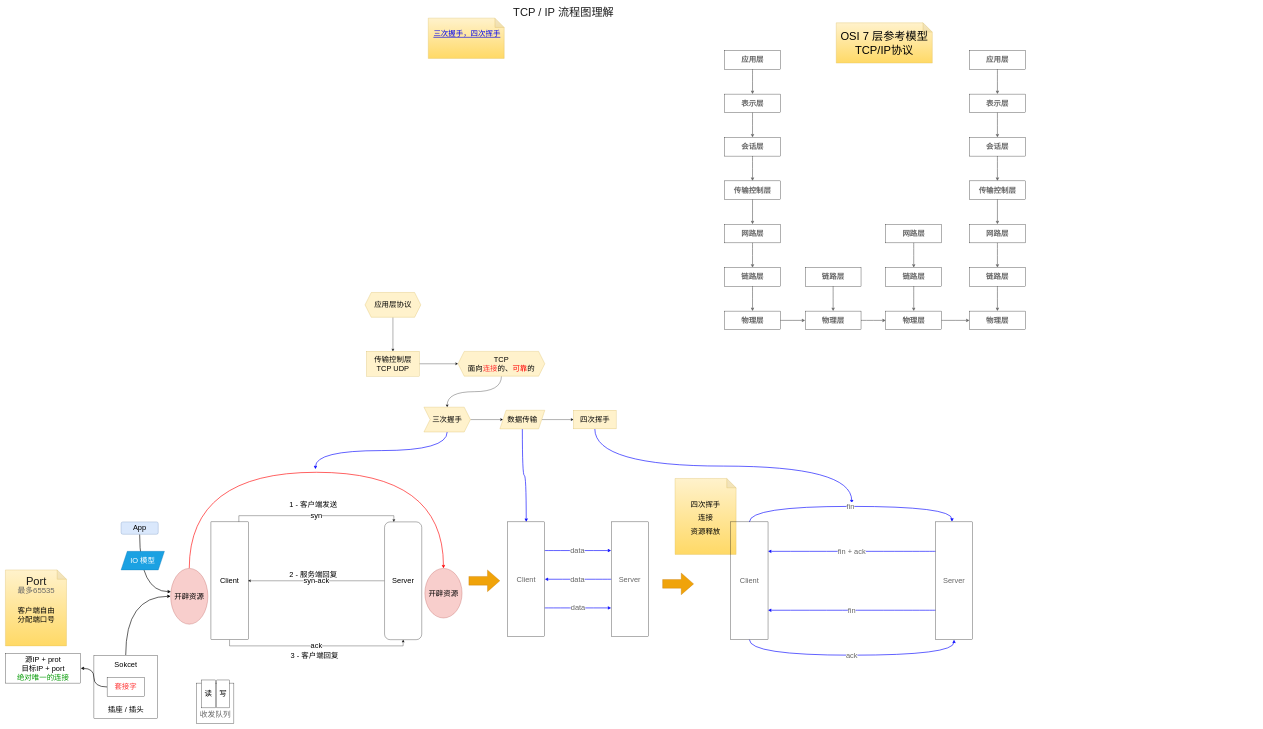
This is 计算机网络/TPC、IP理解流程图.drawio from lynxlangya/diawio-folder, a draw.io file, before an edit. Source tidied: cells renumbered, new cells numbered last; positions are measured from the earlier drawing's top-left corner, leaving out a move shared by most shapes. Both pictures are drawn from the tidied source at 31%, with x=0, y=0 at pixel (5, 7).
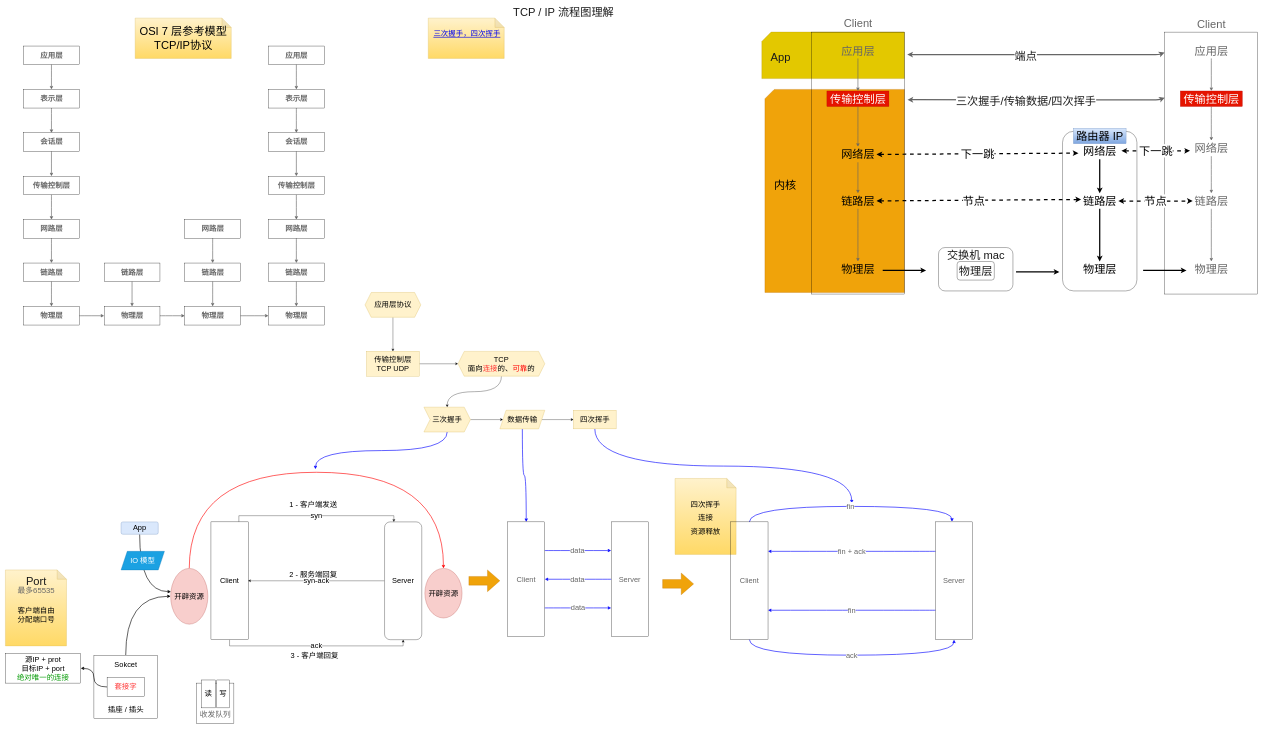
After the change.

Commit message:
连接信息 :rocket:

Diff of the diagram source:
```diff
@@
+    <mxCell id="102" style="shape=card;whiteSpace=wrap;html=1;rounded=0;shadow=0;sketch=0;fontSize=36;fontColor=#000000;fillColor=#f0a30a;strokeColor=#BD7000;" parent="1" vertex="1">
+      <mxGeometry x="2450" y="265" width="450" height="655" as="geometry" />
+    </mxCell>
+    <mxCell id="103" style="shape=card;whiteSpace=wrap;html=1;rounded=0;shadow=0;sketch=0;fontSize=36;fontColor=#000000;fillColor=#e3c800;strokeColor=#B09500;" parent="1" vertex="1">
+      <mxGeometry x="2440" y="80" width="460" height="150" as="geometry" />
+    </mxCell>
@@
     <mxCell id="65" value="&lt;b&gt;应用层&lt;/b&gt;" style="rounded=0;whiteSpace=wrap;html=1;shadow=0;sketch=0;fontSize=24;fontColor=#666666;fillColor=none;" parent="1" vertex="1">
-      <mxGeometry x="2320" y="140" width="180" height="60" as="geometry" />
+      <mxGeometry x="58.5" y="125" width="180" height="60" as="geometry" />
     </mxCell>
@@
     <mxCell id="67" value="&lt;b&gt;表示层&lt;/b&gt;" style="rounded=0;whiteSpace=wrap;html=1;shadow=0;sketch=0;fontSize=24;fontColor=#666666;fillColor=none;" parent="1" vertex="1">
-      <mxGeometry x="2320" y="280" width="180" height="60" as="geometry" />
+      <mxGeometry x="58.5" y="265" width="180" height="60" as="geometry" />
     </mxCell>
@@
     <mxCell id="69" value="&lt;b&gt;会话层&lt;/b&gt;" style="rounded=0;whiteSpace=wrap;html=1;shadow=0;sketch=0;fontSize=24;fontColor=#666666;fillColor=none;" parent="1" vertex="1">
-      <mxGeometry x="2320" y="420" width="180" height="60" as="geometry" />
+      <mxGeometry x="58.5" y="405" width="180" height="60" as="geometry" />
     </mxCell>
@@
     <mxCell id="71" value="&lt;b&gt;传输控制层&lt;/b&gt;" style="rounded=0;whiteSpace=wrap;html=1;shadow=0;sketch=0;fontSize=24;fontColor=#666666;fillColor=none;" parent="1" vertex="1">
-      <mxGeometry x="2320" y="560" width="180" height="60" as="geometry" />
+      <mxGeometry x="58.5" y="545" width="180" height="60" as="geometry" />
     </mxCell>
@@
     <mxCell id="73" value="&lt;b&gt;网路层&lt;/b&gt;" style="rounded=0;whiteSpace=wrap;html=1;shadow=0;sketch=0;fontSize=24;fontColor=#666666;fillColor=none;" parent="1" vertex="1">
-      <mxGeometry x="2320" y="700" width="180" height="60" as="geometry" />
+      <mxGeometry x="58.5" y="685" width="180" height="60" as="geometry" />
     </mxCell>
@@
     <mxCell id="75" value="&lt;b&gt;链路层&lt;/b&gt;" style="rounded=0;whiteSpace=wrap;html=1;shadow=0;sketch=0;fontSize=24;fontColor=#666666;fillColor=none;" parent="1" vertex="1">
-      <mxGeometry x="2320" y="840" width="180" height="60" as="geometry" />
+      <mxGeometry x="58.5" y="825" width="180" height="60" as="geometry" />
     </mxCell>
@@
     <mxCell id="77" value="&lt;b&gt;物理层&lt;/b&gt;" style="rounded=0;whiteSpace=wrap;html=1;shadow=0;sketch=0;fontSize=24;fontColor=#666666;fillColor=none;" parent="1" vertex="1">
-      <mxGeometry x="2320" y="980" width="180" height="60" as="geometry" />
+      <mxGeometry x="58.5" y="965" width="180" height="60" as="geometry" />
     </mxCell>
@@
     <mxCell id="79" value="&lt;b&gt;应用层&lt;/b&gt;" style="rounded=0;whiteSpace=wrap;html=1;shadow=0;sketch=0;fontSize=24;fontColor=#666666;fillColor=none;" parent="1" vertex="1">
-      <mxGeometry x="3110" y="140" width="180" height="60" as="geometry" />
+      <mxGeometry x="848.5" y="125" width="180" height="60" as="geometry" />
     </mxCell>
@@
     <mxCell id="81" value="&lt;b&gt;表示层&lt;/b&gt;" style="rounded=0;whiteSpace=wrap;html=1;shadow=0;sketch=0;fontSize=24;fontColor=#666666;fillColor=none;" parent="1" vertex="1">
-      <mxGeometry x="3110" y="280" width="180" height="60" as="geometry" />
+      <mxGeometry x="848.5" y="265" width="180" height="60" as="geometry" />
     </mxCell>
@@
     <mxCell id="83" value="&lt;b&gt;会话层&lt;/b&gt;" style="rounded=0;whiteSpace=wrap;html=1;shadow=0;sketch=0;fontSize=24;fontColor=#666666;fillColor=none;" parent="1" vertex="1">
-      <mxGeometry x="3110" y="420" width="180" height="60" as="geometry" />
+      <mxGeometry x="848.5" y="405" width="180" height="60" as="geometry" />
     </mxCell>
@@
     <mxCell id="85" value="&lt;b&gt;传输控制层&lt;/b&gt;" style="rounded=0;whiteSpace=wrap;html=1;shadow=0;sketch=0;fontSize=24;fontColor=#666666;fillColor=none;" parent="1" vertex="1">
-      <mxGeometry x="3110" y="560" width="180" height="60" as="geometry" />
+      <mxGeometry x="848.5" y="545" width="180" height="60" as="geometry" />
     </mxCell>
@@
     <mxCell id="87" value="&lt;b&gt;网路层&lt;/b&gt;" style="rounded=0;whiteSpace=wrap;html=1;shadow=0;sketch=0;fontSize=24;fontColor=#666666;fillColor=none;" parent="1" vertex="1">
-      <mxGeometry x="3110" y="700" width="180" height="60" as="geometry" />
+      <mxGeometry x="848.5" y="685" width="180" height="60" as="geometry" />
     </mxCell>
@@
     <mxCell id="89" value="&lt;b&gt;链路层&lt;/b&gt;" style="rounded=0;whiteSpace=wrap;html=1;shadow=0;sketch=0;fontSize=24;fontColor=#666666;fillColor=none;" parent="1" vertex="1">
-      <mxGeometry x="3110" y="840" width="180" height="60" as="geometry" />
+      <mxGeometry x="848.5" y="825" width="180" height="60" as="geometry" />
     </mxCell>
     <mxCell id="90" value="&lt;b&gt;物理层&lt;/b&gt;" style="rounded=0;whiteSpace=wrap;html=1;shadow=0;sketch=0;fontSize=24;fontColor=#666666;fillColor=none;" parent="1" vertex="1">
-      <mxGeometry x="3110" y="980" width="180" height="60" as="geometry" />
+      <mxGeometry x="848.5" y="965" width="180" height="60" as="geometry" />
     </mxCell>
     <mxCell id="91" value="OSI 7 层参考模型&lt;br&gt;TCP/IP协议" style="shape=note;whiteSpace=wrap;html=1;backgroundOutline=1;darkOpacity=0.05;fontSize=36;fillColor=#fff2cc;strokeColor=#d6b656;gradientColor=#ffd966;" parent="1" vertex="1">
-      <mxGeometry x="2680" y="50" width="310" height="130" as="geometry" />
+      <mxGeometry x="418.5" y="35" width="310" height="130" as="geometry" />
     </mxCell>
@@
     <mxCell id="93" value="&lt;b&gt;物理层&lt;/b&gt;" style="rounded=0;whiteSpace=wrap;html=1;shadow=0;sketch=0;fontSize=24;fontColor=#666666;fillColor=none;" parent="1" vertex="1">
-      <mxGeometry x="2580" y="980" width="180" height="60" as="geometry" />
+      <mxGeometry x="318.5" y="965" width="180" height="60" as="geometry" />
     </mxCell>
@@
     <mxCell id="95" value="&lt;b&gt;物理层&lt;/b&gt;" style="rounded=0;whiteSpace=wrap;html=1;shadow=0;sketch=0;fontSize=24;fontColor=#666666;fillColor=none;" parent="1" vertex="1">
-      <mxGeometry x="2840" y="980" width="180" height="60" as="geometry" />
+      <mxGeometry x="578.5" y="965" width="180" height="60" as="geometry" />
     </mxCell>
@@
     <mxCell id="97" value="&lt;b&gt;链路层&lt;/b&gt;" style="rounded=0;whiteSpace=wrap;html=1;shadow=0;sketch=0;fontSize=24;fontColor=#666666;fillColor=none;" parent="1" vertex="1">
-      <mxGeometry x="2580" y="840" width="180" height="60" as="geometry" />
+      <mxGeometry x="318.5" y="825" width="180" height="60" as="geometry" />
     </mxCell>
@@
     <mxCell id="99" value="&lt;b&gt;网路层&lt;/b&gt;" style="rounded=0;whiteSpace=wrap;html=1;shadow=0;sketch=0;fontSize=24;fontColor=#666666;fillColor=none;" parent="1" vertex="1">
-      <mxGeometry x="2840" y="700" width="180" height="60" as="geometry" />
+      <mxGeometry x="578.5" y="685" width="180" height="60" as="geometry" />
     </mxCell>
@@
     <mxCell id="101" value="&lt;b&gt;链路层&lt;/b&gt;" style="rounded=0;whiteSpace=wrap;html=1;shadow=0;sketch=0;fontSize=24;fontColor=#666666;fillColor=none;" parent="1" vertex="1">
-      <mxGeometry x="2840" y="840" width="180" height="60" as="geometry" />
+      <mxGeometry x="578.5" y="825" width="180" height="60" as="geometry" />
     </mxCell>
+    <mxCell id="104" style="rounded=0;whiteSpace=wrap;html=1;shadow=0;sketch=0;fontSize=24;fontColor=#666666;fillColor=none;" parent="1" vertex="1">
+      <mxGeometry x="2600" y="80" width="300" height="845" as="geometry" />
+    </mxCell>
+    <mxCell id="105" value="&lt;font style=&quot;font-size: 36px&quot;&gt;Client&lt;/font&gt;" style="text;html=1;align=center;verticalAlign=middle;strokeColor=none;fillColor=none;fontSize=24;fontColor=#666666;" parent="1" vertex="1">
+      <mxGeometry x="2695" y="30" width="110" height="40" as="geometry" />
+    </mxCell>
+    <mxCell id="106" value="&lt;font style=&quot;font-size: 36px&quot;&gt;Client&lt;/font&gt;" style="text;html=1;align=center;verticalAlign=middle;strokeColor=none;fillColor=none;fontSize=24;fontColor=#666666;" parent="1" vertex="1">
+      <mxGeometry x="3835" y="35" width="110" height="40" as="geometry" />
+    </mxCell>
+    <mxCell id="107" style="edgeStyle=orthogonalEdgeStyle;curved=1;rounded=0;jettySize=auto;html=1;fontSize=36;fontColor=#666666;strokeColor=#666666;strokeWidth=2;" parent="1" edge="1" source="108" target="110">
+      <mxGeometry relative="1" as="geometry" />
+    </mxCell>
+    <mxCell id="108" value="&lt;font style=&quot;font-size: 36px&quot;&gt;应用层&lt;/font&gt;" style="text;html=1;align=center;verticalAlign=middle;points=[];strokeColor=none;fillColor=none;fontSize=36;fontColor=#666666;" parent="1" vertex="1">
+      <mxGeometry x="2690" y="115" width="120" height="50" as="geometry" />
+    </mxCell>
+    <mxCell id="109" style="edgeStyle=orthogonalEdgeStyle;curved=1;rounded=0;jettySize=auto;html=1;fontSize=36;fontColor=#666666;strokeColor=#666666;strokeWidth=2;" parent="1" edge="1" source="110" target="112">
+      <mxGeometry relative="1" as="geometry" />
+    </mxCell>
+    <mxCell id="110" value="传输控制层" style="text;html=1;align=center;verticalAlign=middle;points=[];strokeColor=#B20000;fillColor=#e51400;fontSize=36;fontColor=#ffffff;" parent="1" vertex="1">
+      <mxGeometry x="2650" y="270" width="200" height="50" as="geometry" />
+    </mxCell>
+    <mxCell id="111" style="edgeStyle=orthogonalEdgeStyle;curved=1;rounded=0;jettySize=auto;html=1;fontSize=36;fontColor=#666666;strokeColor=#666666;strokeWidth=2;" parent="1" edge="1" source="112" target="114">
+      <mxGeometry relative="1" as="geometry" />
+    </mxCell>
+    <mxCell id="112" value="网络层" style="text;html=1;align=center;verticalAlign=middle;points=[];fontSize=36;" parent="1" vertex="1">
+      <mxGeometry x="2690" y="450" width="120" height="50" as="geometry" />
+    </mxCell>
+    <mxCell id="113" style="edgeStyle=orthogonalEdgeStyle;curved=1;rounded=0;jettySize=auto;html=1;fontSize=36;fontColor=#666666;strokeColor=#666666;strokeWidth=2;" parent="1" edge="1" source="114" target="115">
+      <mxGeometry relative="1" as="geometry" />
+    </mxCell>
+    <mxCell id="114" value="&lt;font color=&quot;#000000&quot;&gt;链路层&lt;/font&gt;" style="text;html=1;align=center;verticalAlign=middle;points=[];fontSize=36;fontColor=#666666;" parent="1" vertex="1">
+      <mxGeometry x="2690" y="600" width="120" height="50" as="geometry" />
+    </mxCell>
+    <mxCell id="115" value="&lt;font color=&quot;#000000&quot;&gt;物理层&lt;/font&gt;" style="text;html=1;align=center;verticalAlign=middle;points=[];fontSize=36;fontColor=#666666;" parent="1" vertex="1">
+      <mxGeometry x="2690" y="820" width="120" height="50" as="geometry" />
+    </mxCell>
+    <mxCell id="116" style="rounded=0;whiteSpace=wrap;html=1;shadow=0;sketch=0;fontSize=24;fontColor=#666666;fillColor=none;" parent="1" vertex="1">
+      <mxGeometry x="3740" y="80" width="300" height="845" as="geometry" />
+    </mxCell>
+    <mxCell id="117" style="edgeStyle=orthogonalEdgeStyle;curved=1;rounded=0;jettySize=auto;html=1;fontSize=36;fontColor=#666666;strokeColor=#666666;strokeWidth=2;" parent="1" edge="1" source="118" target="120">
+      <mxGeometry relative="1" as="geometry" />
+    </mxCell>
+    <mxCell id="118" value="&lt;font style=&quot;font-size: 36px&quot;&gt;应用层&lt;/font&gt;" style="text;html=1;align=center;verticalAlign=middle;points=[];strokeColor=none;fillColor=none;fontSize=36;fontColor=#666666;" parent="1" vertex="1">
+      <mxGeometry x="3830" y="115" width="120" height="50" as="geometry" />
+    </mxCell>
+    <mxCell id="119" style="edgeStyle=orthogonalEdgeStyle;curved=1;rounded=0;jettySize=auto;html=1;fontSize=36;fontColor=#666666;strokeColor=#666666;strokeWidth=2;" parent="1" edge="1" source="120" target="122">
+      <mxGeometry relative="1" as="geometry" />
+    </mxCell>
+    <mxCell id="120" value="传输控制层" style="text;html=1;align=center;verticalAlign=middle;points=[];strokeColor=#B20000;fillColor=#e51400;fontSize=36;fontColor=#ffffff;" parent="1" vertex="1">
+      <mxGeometry x="3790" y="270" width="200" height="50" as="geometry" />
+    </mxCell>
+    <mxCell id="121" style="edgeStyle=orthogonalEdgeStyle;curved=1;rounded=0;jettySize=auto;html=1;fontSize=36;fontColor=#666666;strokeColor=#666666;strokeWidth=2;" parent="1" edge="1" source="122" target="124">
+      <mxGeometry relative="1" as="geometry" />
+    </mxCell>
+    <mxCell id="122" value="&lt;font color=&quot;#666666&quot;&gt;网络层&lt;/font&gt;" style="text;html=1;align=center;verticalAlign=middle;points=[];fontSize=36;" parent="1" vertex="1">
+      <mxGeometry x="3830" y="430" width="120" height="50" as="geometry" />
+    </mxCell>
+    <mxCell id="123" style="edgeStyle=orthogonalEdgeStyle;curved=1;rounded=0;jettySize=auto;html=1;fontSize=36;fontColor=#666666;strokeColor=#666666;strokeWidth=2;" parent="1" edge="1" source="124" target="125">
+      <mxGeometry relative="1" as="geometry" />
+    </mxCell>
+    <mxCell id="124" value="&lt;font color=&quot;#666666&quot;&gt;链路层&lt;/font&gt;" style="text;html=1;align=center;verticalAlign=middle;points=[];fontSize=36;fontColor=#666666;" parent="1" vertex="1">
+      <mxGeometry x="3830" y="600" width="120" height="50" as="geometry" />
+    </mxCell>
+    <mxCell id="125" value="&lt;font color=&quot;#666666&quot;&gt;物理层&lt;/font&gt;" style="text;html=1;align=center;verticalAlign=middle;points=[];fontSize=36;fontColor=#666666;" parent="1" vertex="1">
+      <mxGeometry x="3830" y="820" width="120" height="50" as="geometry" />
+    </mxCell>
+    <mxCell id="126" value="&lt;font color=&quot;#1a1a1a&quot;&gt;App&lt;/font&gt;" style="text;html=1;align=center;verticalAlign=middle;strokeColor=none;fillColor=none;fontSize=36;fontColor=#666666;" parent="1" vertex="1">
+      <mxGeometry x="2460" y="135" width="80" height="50" as="geometry" />
+    </mxCell>
+    <mxCell id="127" value="&lt;font color=&quot;#000000&quot;&gt;内核&lt;/font&gt;" style="text;html=1;align=center;verticalAlign=middle;strokeColor=none;fillColor=none;fontSize=36;fontColor=#666666;" parent="1" vertex="1">
+      <mxGeometry x="2470" y="550" width="90" height="50" as="geometry" />
+    </mxCell>
+    <mxCell id="128" style="endArrow=classic;startArrow=classic;html=1;rounded=1;fontSize=36;fontColor=#1A1A1A;strokeColor=#666666;strokeWidth=4;entryX=-0.003;entryY=0.078;entryDx=0;entryDy=0;entryPerimeter=0;exitX=1.03;exitY=0.086;exitDx=0;exitDy=0;exitPerimeter=0;" parent="1" edge="1" source="104" target="116">
+      <mxGeometry relative="1" as="geometry">
+        <Array as="points">
+          <mxPoint x="3720" y="153" />
+        </Array>
+      </mxGeometry>
+    </mxCell>
+    <mxCell id="129" value="端点" style="edgeLabel;html=1;align=center;verticalAlign=middle;fontSize=36;fontColor=#1A1A1A;" parent="128" vertex="1">
+      <mxGeometry x="-0.08" y="-3" relative="1" as="geometry" />
+    </mxCell>
+    <mxCell id="130" style="endArrow=classic;startArrow=classic;html=1;rounded=1;fontSize=36;fontColor=#1A1A1A;strokeColor=#666666;strokeWidth=4;entryX=-0.003;entryY=0.078;entryDx=0;entryDy=0;entryPerimeter=0;exitX=1.03;exitY=0.086;exitDx=0;exitDy=0;exitPerimeter=0;" parent="1" edge="1">
+      <mxGeometry relative="1" as="geometry">
+        <mxPoint x="2909.9" y="298.2" as="sourcePoint" />
+        <mxPoint x="3740" y="291.5" as="targetPoint" />
+        <Array as="points">
+          <mxPoint x="3720.9" y="298.5" />
+        </Array>
+      </mxGeometry>
+    </mxCell>
+    <mxCell id="131" value="三次握手/传输数据/四次挥手" style="edgeLabel;html=1;align=center;verticalAlign=middle;fontSize=36;fontColor=#1A1A1A;" parent="130" vertex="1">
+      <mxGeometry x="-0.08" y="-3" relative="1" as="geometry" />
+    </mxCell>
+    <mxCell id="132" style="rounded=1;whiteSpace=wrap;html=1;shadow=0;sketch=0;fontSize=36;fontColor=#1A1A1A;fillColor=none;" parent="1" vertex="1">
+      <mxGeometry x="3010" y="775" width="240" height="140" as="geometry" />
+    </mxCell>
+    <mxCell id="133" style="rounded=1;whiteSpace=wrap;html=1;shadow=0;sketch=0;fontSize=36;fontColor=#1A1A1A;fillColor=none;" parent="1" vertex="1">
+      <mxGeometry x="3410" y="400" width="240" height="515" as="geometry" />
+    </mxCell>
+    <mxCell id="134" value="物理层" style="rounded=1;whiteSpace=wrap;html=1;shadow=0;sketch=0;fontSize=36;fontColor=#1A1A1A;fillColor=none;" parent="1" vertex="1">
+      <mxGeometry x="3070" y="820" width="120" height="60" as="geometry" />
+    </mxCell>
+    <mxCell id="135" value="交换机 mac" style="text;html=1;align=center;verticalAlign=middle;strokeColor=none;fillColor=none;fontSize=36;fontColor=#1A1A1A;" parent="1" vertex="1">
+      <mxGeometry x="3030" y="775" width="200" height="50" as="geometry" />
+    </mxCell>
+    <mxCell id="136" style="endArrow=classic;html=1;rounded=1;fontSize=36;fontColor=#1A1A1A;strokeColor=#000000;strokeWidth=4;" parent="1" edge="1">
+      <mxGeometry relative="1" as="geometry">
+        <mxPoint x="2830" y="848.8" as="sourcePoint" />
+        <mxPoint x="2970" y="848.8" as="targetPoint" />
+      </mxGeometry>
+    </mxCell>
+    <mxCell id="137" style="endArrow=classic;html=1;rounded=1;fontSize=36;fontColor=#1A1A1A;strokeColor=#000000;strokeWidth=4;" parent="1" edge="1">
+      <mxGeometry relative="1" as="geometry">
+        <mxPoint x="3260" y="853.7" as="sourcePoint" />
+        <mxPoint x="3400" y="853.7" as="targetPoint" />
+      </mxGeometry>
+    </mxCell>
+    <mxCell id="138" style="endArrow=classic;html=1;rounded=1;fontSize=36;fontColor=#1A1A1A;strokeColor=#000000;strokeWidth=4;" parent="1" edge="1">
+      <mxGeometry relative="1" as="geometry">
+        <mxPoint x="3670" y="848.7" as="sourcePoint" />
+        <mxPoint x="3810" y="848.7" as="targetPoint" />
+      </mxGeometry>
+    </mxCell>
+    <mxCell id="139" style="edgeStyle=orthogonalEdgeStyle;rounded=1;jettySize=auto;html=1;fontSize=36;fontColor=#000000;strokeColor=#000000;strokeWidth=4;" parent="1" edge="1" source="140" target="142">
+      <mxGeometry relative="1" as="geometry" />
+    </mxCell>
+    <mxCell id="140" value="网络层" style="text;html=1;align=center;verticalAlign=middle;points=[];strokeColor=none;fillColor=none;fontSize=36;fontColor=#000000;" parent="1" vertex="1">
+      <mxGeometry x="3470" y="440" width="120" height="50" as="geometry" />
+    </mxCell>
+    <mxCell id="141" style="edgeStyle=orthogonalEdgeStyle;rounded=1;jettySize=auto;html=1;fontSize=36;fontColor=#000000;strokeColor=#000000;strokeWidth=4;" parent="1" edge="1" source="142" target="143">
+      <mxGeometry relative="1" as="geometry" />
+    </mxCell>
+    <mxCell id="142" value="链路层" style="text;html=1;align=center;verticalAlign=middle;points=[];strokeColor=none;fillColor=none;fontSize=36;fontColor=#000000;" parent="1" vertex="1">
+      <mxGeometry x="3470" y="600" width="120" height="50" as="geometry" />
+    </mxCell>
+    <mxCell id="143" value="物理层" style="text;html=1;align=center;verticalAlign=middle;points=[];strokeColor=none;fillColor=none;fontSize=36;fontColor=#000000;" parent="1" vertex="1">
+      <mxGeometry x="3470" y="820" width="120" height="50" as="geometry" />
+    </mxCell>
+    <mxCell id="144" value="路由器 IP" style="text;html=1;align=center;verticalAlign=middle;strokeColor=#6c8ebf;fillColor=#dae8fc;fontSize=36;gradientColor=#7ea6e0;" parent="1" vertex="1">
+      <mxGeometry x="3445" y="390" width="170" height="50" as="geometry" />
+    </mxCell>
+    <mxCell id="145" style="endArrow=classic;startArrow=classic;html=1;rounded=1;fontSize=36;fontColor=#000000;strokeColor=#000000;strokeWidth=4;entryX=0;entryY=0.4;entryDx=0;entryDy=0;entryPerimeter=0;dashed=1;" parent="1" edge="1" source="114" target="142">
+      <mxGeometry relative="1" as="geometry" />
+    </mxCell>
+    <mxCell id="146" value="节点" style="edgeLabel;html=1;align=center;verticalAlign=middle;fontSize=36;fontColor=#000000;" parent="145" vertex="1">
+      <mxGeometry x="-0.05" y="-3" relative="1" as="geometry">
+        <mxPoint x="-1" as="offset" />
+      </mxGeometry>
+    </mxCell>
+    <mxCell id="147" value="节点" style="endArrow=classic;startArrow=classic;html=1;rounded=1;fontSize=36;fontColor=#000000;strokeColor=#000000;strokeWidth=4;dashed=1;" parent="1" edge="1" source="142" target="124">
+      <mxGeometry relative="1" as="geometry" />
+    </mxCell>
+    <mxCell id="148" value="下一跳" style="endArrow=classic;startArrow=classic;html=1;rounded=1;fontSize=36;fontColor=#000000;strokeColor=#000000;strokeWidth=4;entryX=-0.071;entryY=0.61;entryDx=0;entryDy=0;entryPerimeter=0;dashed=1;" parent="1" edge="1" source="112" target="140">
+      <mxGeometry relative="1" as="geometry" />
+    </mxCell>
+    <mxCell id="149" value="下一跳" style="endArrow=classic;startArrow=classic;html=1;rounded=1;fontSize=36;fontColor=#000000;strokeColor=#000000;strokeWidth=4;entryX=-0.071;entryY=0.66;entryDx=0;entryDy=0;entryPerimeter=0;dashed=1;" parent="1" edge="1" target="122">
+      <mxGeometry relative="1" as="geometry">
+        <mxPoint x="3600" y="463" as="sourcePoint" />
+      </mxGeometry>
+    </mxCell>
```
